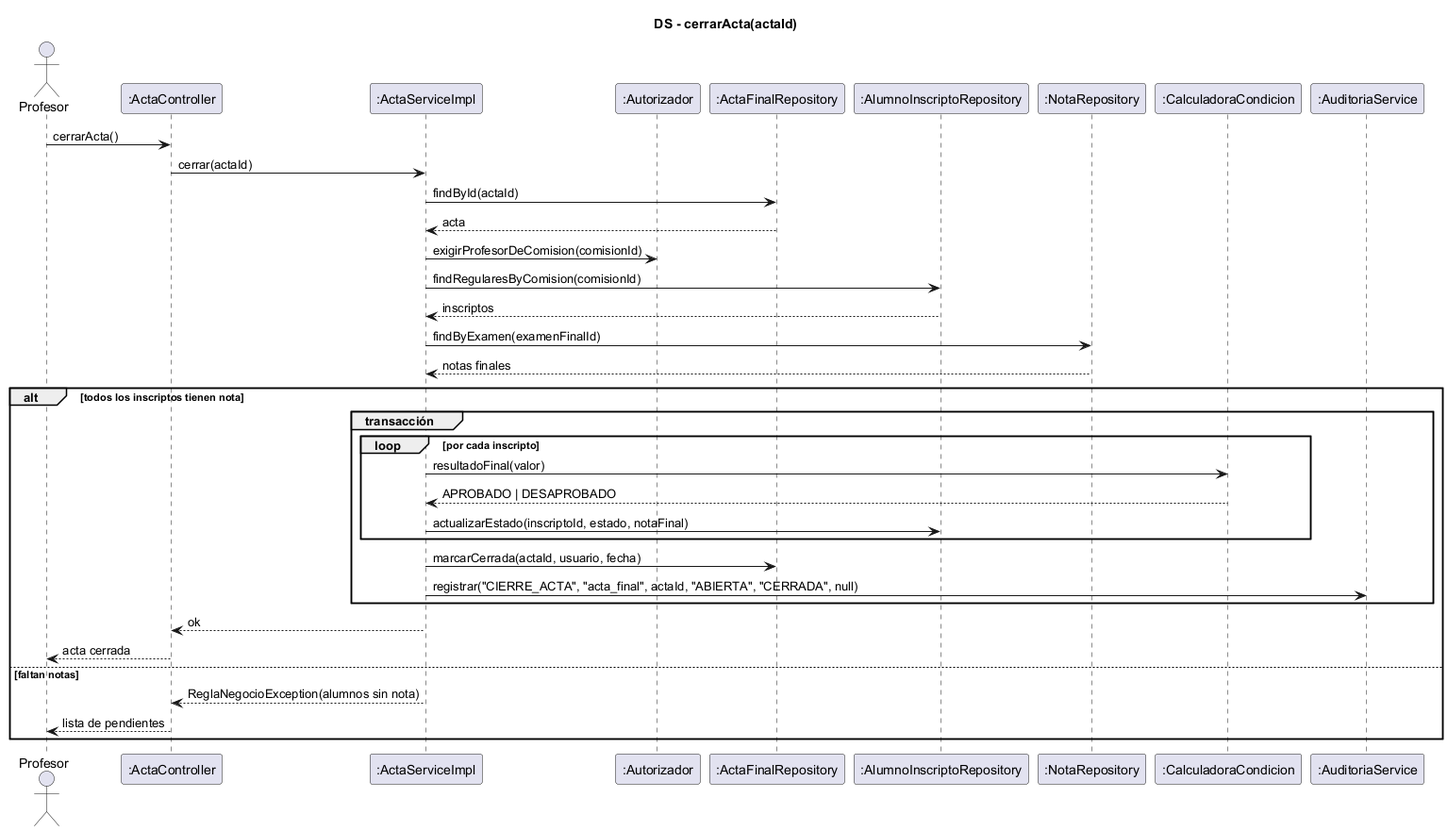
ISMAELALTHENOFER/BACKOFFICE-ACADEMICO-ITEC-N-1 keeps this PlantUML diagram as document/diagramas/ds-cerrar-acta.png. Above is the earlier version.
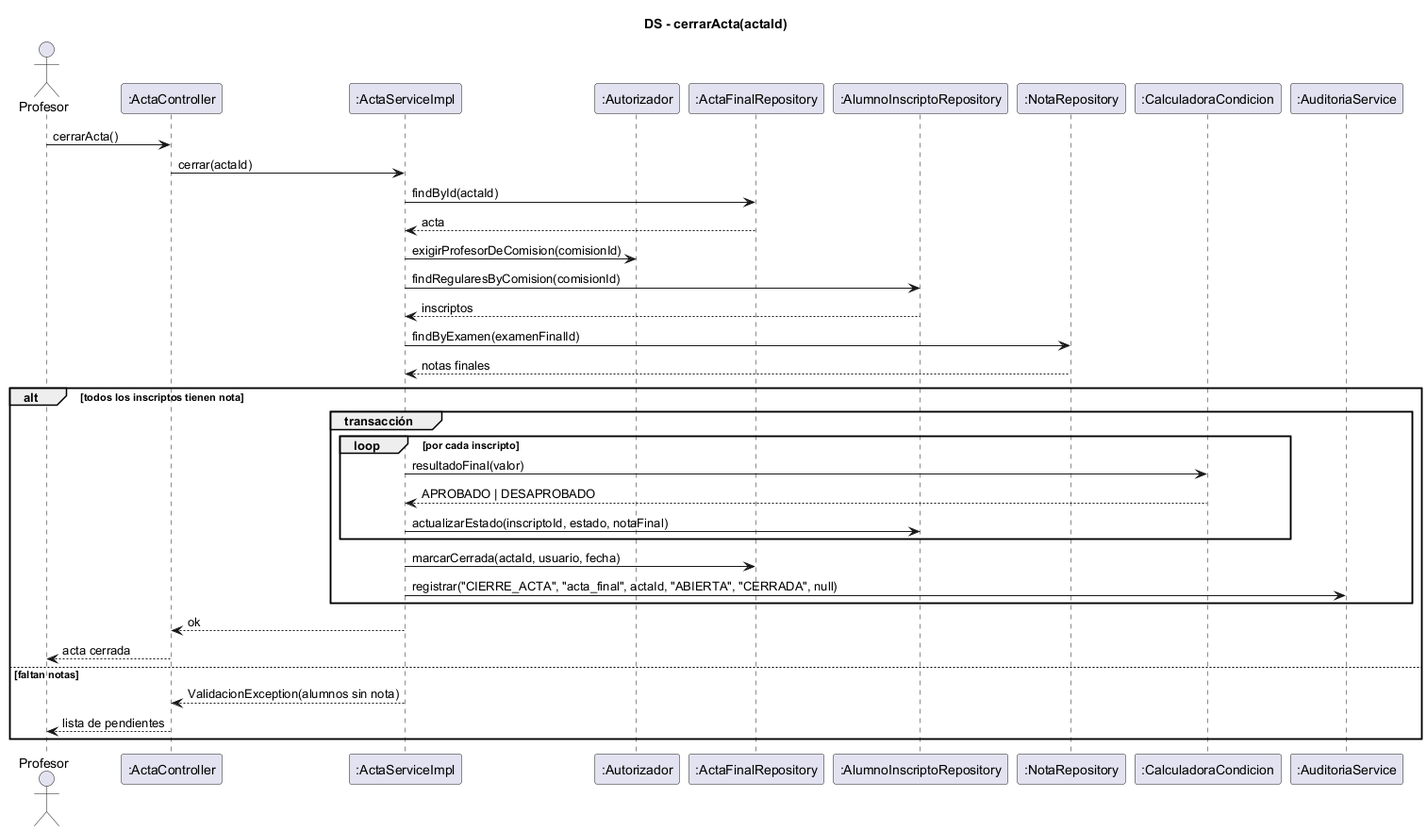
After the commit.

What changed in the source:
```diff
@@ -33,7 +33,7 @@
   S --> C : ok
   C --> Profesor : acta cerrada
 else faltan notas
-  S --> C : ReglaNegocioException(alumnos sin nota)
+  S --> C : ValidacionException(alumnos sin nota)
   C --> Profesor : lista de pendientes
 end
 @enduml
```
